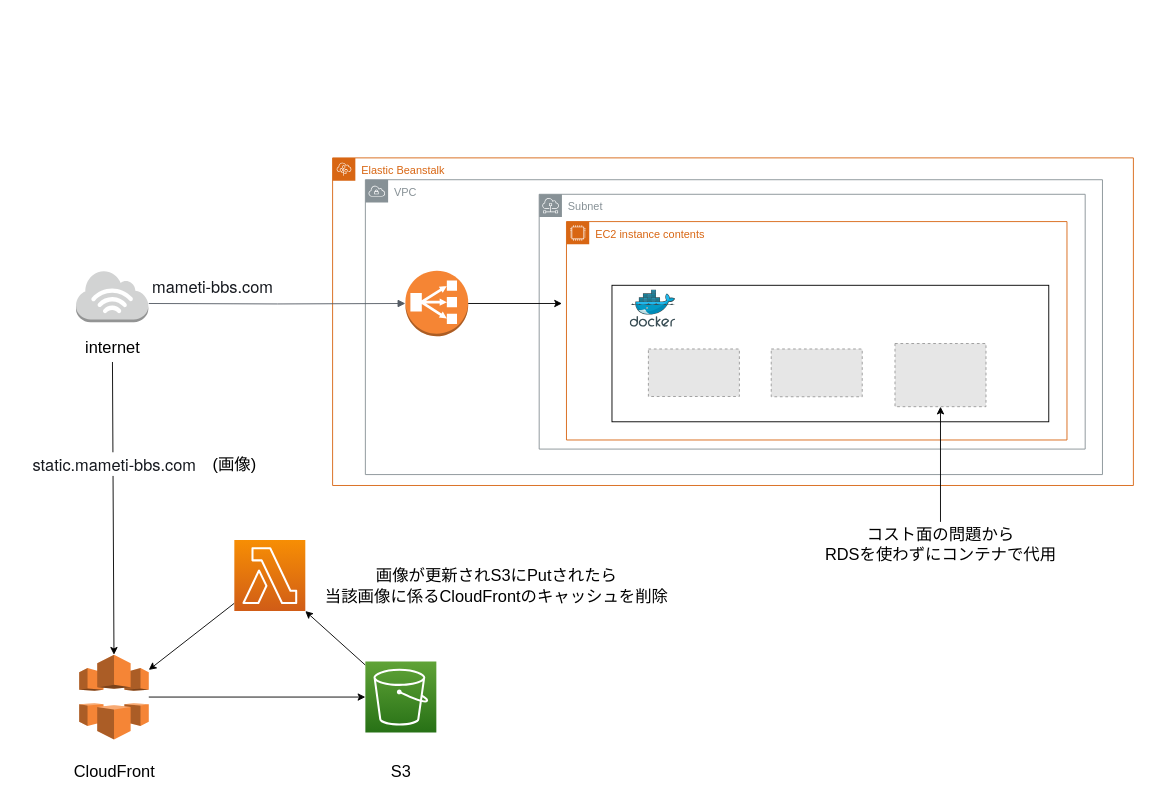
Earlier version of the draw.io diagram mametiBBS_infra.dio (TetsuyaAzami/mameti_bbs). Source tidied: cells renumbered, new cells numbered last; positions are measured from the earlier drawing's top-left corner, leaving out a move shared by most shapes. Both pictures are drawn from the tidied source at 91%, with x=0, y=0 at pixel (15, 157). Pictures stored in the file or linked from it are replaced by grey dashed boxes.
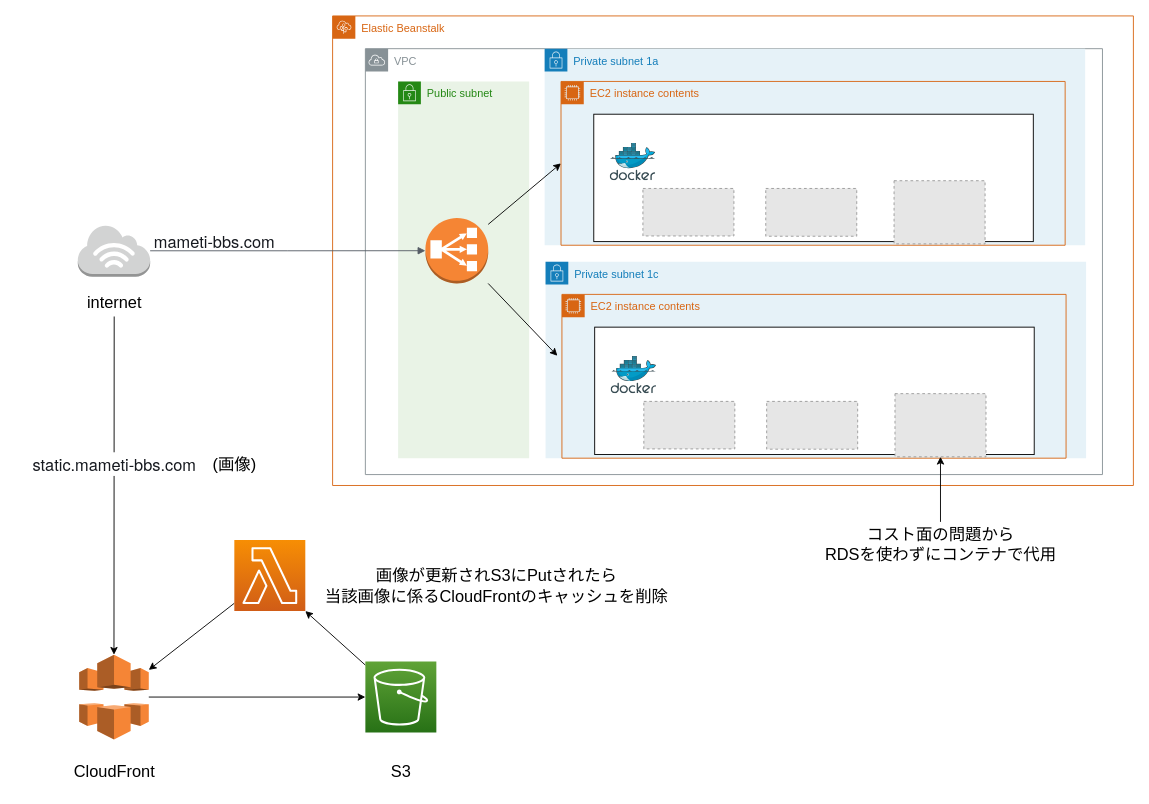
After the change.

Commit message (it also covers changes not shown here):
デバッグ用にインスタンスをパブリックサブネットに配置換え

The change refers to these unchanged cells:
```xml
<mxCell id="8" style="outlineConnect=0;dashed=0;verticalLabelPosition=bottom;verticalAlign=top;align=center;html=1;shape=mxgraph.aws3.internet_3;fillColor=#D2D3D3;gradientColor=none;" parent="7" vertex="1">
  <mxGeometry x="-10" y="9.5" width="79.5" height="57.1" as="geometry" />
</mxCell>
```

The edit, as a diff of the source:
```diff
@@
     <mxCell id="2" value="VPC" style="sketch=0;gradientColor=none;html=1;whiteSpace=wrap;fontSize=12;fontStyle=0;shape=mxgraph.aws4.group;grIcon=mxgraph.aws4.group_vpc;strokeColor=#879196;fillColor=none;verticalAlign=top;align=left;spacingLeft=30;fontColor=#879196;dashed=0;" parent="1" vertex="1">
-      <mxGeometry x="384" y="24" width="810" height="324" as="geometry" />
+      <mxGeometry x="384" y="-120" width="810" height="468" as="geometry" />
     </mxCell>
-    <mxCell id="3" value="Subnet" style="sketch=0;gradientColor=none;html=1;whiteSpace=wrap;fontSize=12;fontStyle=0;shape=mxgraph.aws4.group;grIcon=mxgraph.aws4.group_subnet;strokeColor=#879196;fillColor=none;verticalAlign=top;align=left;spacingLeft=30;fontColor=#879196;dashed=0;" parent="1" vertex="1">
-      <mxGeometry x="575" y="40" width="600" height="280" as="geometry" />
-    </mxCell>
+    <mxCell id="33" value="Public subnet" style="gradientColor=none;html=1;whiteSpace=wrap;fontSize=12;fontStyle=0;shape=mxgraph.aws4.group;grIcon=mxgraph.aws4.group_security_group;grStroke=0;strokeColor=#248814;fillColor=#E9F3E6;verticalAlign=top;align=left;spacingLeft=30;fontColor=#248814;dashed=0;" parent="1" vertex="1">
+      <mxGeometry x="420" y="-84" width="144" height="414" as="geometry" />
+    </mxCell>
+    <mxCell id="34" value="Private subnet 1c&lt;br&gt;" style="gradientColor=none;html=1;whiteSpace=wrap;fontSize=12;fontStyle=0;shape=mxgraph.aws4.group;grIcon=mxgraph.aws4.group_security_group;grStroke=0;strokeColor=#147EBA;fillColor=#E6F2F8;verticalAlign=top;align=left;spacingLeft=30;fontColor=#147EBA;dashed=0;" parent="1" vertex="1">
+      <mxGeometry x="582" y="114" width="594" height="216" as="geometry" />
+    </mxCell>
     <mxCell id="4" style="rounded=0;whiteSpace=wrap;html=1;fontSize=18;" parent="1" vertex="1">
-      <mxGeometry x="655" y="140" width="480" height="150" as="geometry" />
+      <mxGeometry x="636" y="186" width="483" height="140" as="geometry" />
     </mxCell>
     <mxCell id="5" value="Elastic Beanstalk&amp;nbsp;" style="gradientColor=none;html=1;whiteSpace=wrap;fontSize=12;fontStyle=0;shape=mxgraph.aws4.group;grIcon=mxgraph.aws4.group_elastic_beanstalk;strokeColor=#D86613;fillColor=none;verticalAlign=top;align=left;spacingLeft=30;fontColor=#D86613;dashed=0;" parent="1" vertex="1">
-      <mxGeometry x="348" width="880" height="360" as="geometry" />
+      <mxGeometry x="348" y="-156" width="880" height="516" as="geometry" />
     </mxCell>
+    <mxCell id="35" value="Private subnet 1a" style="gradientColor=none;html=1;whiteSpace=wrap;fontSize=12;fontStyle=0;shape=mxgraph.aws4.group;grIcon=mxgraph.aws4.group_security_group;grStroke=0;strokeColor=#147EBA;fillColor=#E6F2F8;verticalAlign=top;align=left;spacingLeft=30;fontColor=#147EBA;dashed=0;" parent="5" vertex="1">
+      <mxGeometry x="233" y="36" width="594" height="216" as="geometry" />
+    </mxCell>
+    <mxCell id="36" style="edgeStyle=none;html=1;entryX=0;entryY=0.5;entryDx=0;entryDy=0;" parent="5" edge="1" source="6" target="39">
+      <mxGeometry relative="1" as="geometry" />
+    </mxCell>
     <mxCell id="6" style="outlineConnect=0;dashed=0;verticalLabelPosition=bottom;verticalAlign=top;align=center;html=1;shape=mxgraph.aws3.classic_load_balancer;fillColor=#F58534;gradientColor=none;fontSize=18;" parent="5" vertex="1">
-      <mxGeometry x="80" y="124" width="69" height="72" as="geometry" />
+      <mxGeometry x="102" y="222" width="69" height="72" as="geometry" />
     </mxCell>
+    <mxCell id="12" value="EC2 instance contents" style="points=[[0,0],[0.25,0],[0.5,0],[0.75,0],[1,0],[1,0.25],[1,0.5],[1,0.75],[1,1],[0.75,1],[0.5,1],[0.25,1],[0,1],[0,0.75],[0,0.5],[0,0.25]];outlineConnect=0;gradientColor=none;html=1;whiteSpace=wrap;fontSize=12;fontStyle=0;shape=mxgraph.aws4.group;grIcon=mxgraph.aws4.group_ec2_instance_contents;strokeColor=#D86613;fillColor=none;verticalAlign=top;align=left;spacingLeft=30;fontColor=#D86613;dashed=0;" parent="5" vertex="1">
+      <mxGeometry x="252" y="306" width="554" height="180" as="geometry" />
+    </mxCell>
+    <mxCell id="16" style="sketch=0;html=1;align=center;image;fontSize=12;image=img/lib/mscae/Docker.svg;" parent="12" vertex="1">
+      <mxGeometry x="54" y="68.1" width="50" height="41" as="geometry" />
+    </mxCell>
+    <mxCell id="37" style="group;" parent="12" vertex="1">
+      <mxGeometry x="90" y="109.1" width="376" height="69.4" as="geometry" />
+    </mxCell>
+    <mxCell id="13" style="group;" parent="37" vertex="1">
+      <mxGeometry y="8.5" width="235" height="52.5" as="geometry" />
+    </mxCell>
+    <mxCell id="14" style="fillColor=#E6E6E6;strokeColor=#999999;dashed=1;verticalLabelPosition=bottom;labelBackgroundColor=#ffffff;verticalAlign=top;" parent="13" vertex="1">
+      <mxGeometry width="100" height="52.2" as="geometry" />
+    </mxCell>
+    <mxCell id="15" style="fillColor=#E6E6E6;strokeColor=#999999;dashed=1;verticalLabelPosition=bottom;labelBackgroundColor=#ffffff;verticalAlign=top;" parent="13" vertex="1">
+      <mxGeometry x="135" width="100" height="52.5" as="geometry" />
+    </mxCell>
+    <mxCell id="17" style="fillColor=#E6E6E6;strokeColor=#999999;dashed=1;verticalLabelPosition=bottom;labelBackgroundColor=#ffffff;verticalAlign=top;" parent="37" vertex="1">
+      <mxGeometry x="276" width="100" height="69.4" as="geometry" />
+    </mxCell>
+    <mxCell id="30" style="edgeStyle=none;html=1;fontSize=18;entryX=-0.009;entryY=0.375;entryDx=0;entryDy=0;entryPerimeter=0;" parent="5" edge="1" source="6" target="12">
+      <mxGeometry relative="1" as="geometry" />
+    </mxCell>
+    <mxCell id="38" style="rounded=0;whiteSpace=wrap;html=1;fontSize=18;" parent="5" vertex="1">
+      <mxGeometry x="287" y="108" width="483" height="140" as="geometry" />
+    </mxCell>
+    <mxCell id="39" value="EC2 instance contents" style="points=[[0,0],[0.25,0],[0.5,0],[0.75,0],[1,0],[1,0.25],[1,0.5],[1,0.75],[1,1],[0.75,1],[0.5,1],[0.25,1],[0,1],[0,0.75],[0,0.5],[0,0.25]];outlineConnect=0;gradientColor=none;html=1;whiteSpace=wrap;fontSize=12;fontStyle=0;shape=mxgraph.aws4.group;grIcon=mxgraph.aws4.group_ec2_instance_contents;strokeColor=#D86613;fillColor=none;verticalAlign=top;align=left;spacingLeft=30;fontColor=#D86613;dashed=0;" parent="5" vertex="1">
+      <mxGeometry x="251" y="72" width="554" height="180" as="geometry" />
+    </mxCell>
+    <mxCell id="40" style="sketch=0;html=1;align=center;image;fontSize=12;image=img/lib/mscae/Docker.svg;" parent="39" vertex="1">
+      <mxGeometry x="54" y="68.1" width="50" height="41" as="geometry" />
+    </mxCell>
+    <mxCell id="41" style="group;" parent="39" vertex="1">
+      <mxGeometry x="90" y="109.1" width="376" height="69.4" as="geometry" />
+    </mxCell>
+    <mxCell id="42" style="group;" parent="41" vertex="1">
+      <mxGeometry y="8.5" width="235" height="52.5" as="geometry" />
+    </mxCell>
+    <mxCell id="43" style="fillColor=#E6E6E6;strokeColor=#999999;dashed=1;verticalLabelPosition=bottom;labelBackgroundColor=#ffffff;verticalAlign=top;" parent="42" vertex="1">
+      <mxGeometry width="100" height="52.2" as="geometry" />
+    </mxCell>
+    <mxCell id="44" style="fillColor=#E6E6E6;strokeColor=#999999;dashed=1;verticalLabelPosition=bottom;labelBackgroundColor=#ffffff;verticalAlign=top;" parent="42" vertex="1">
+      <mxGeometry x="135" width="100" height="52.5" as="geometry" />
+    </mxCell>
+    <mxCell id="45" style="fillColor=#E6E6E6;strokeColor=#999999;dashed=1;verticalLabelPosition=bottom;labelBackgroundColor=#ffffff;verticalAlign=top;" parent="41" vertex="1">
+      <mxGeometry x="276" width="100" height="69.4" as="geometry" />
+    </mxCell>
     <mxCell id="7" style="group;" parent="1" vertex="1">
-      <mxGeometry x="76" y="114" width="280.2" height="112" as="geometry" />
+      <mxGeometry x="78" y="64" width="280.2" height="112" as="geometry" />
     </mxCell>
@@
-    <mxCell id="11" style="edgeStyle=orthogonalEdgeStyle;html=1;endArrow=block;elbow=vertical;startArrow=none;endFill=1;strokeColor=#545B64;rounded=0;fontSize=18;" parent="1" edge="1" target="6">
-      <mxGeometry relative="1" as="geometry">
-        <mxPoint x="146" y="160" as="sourcePoint" />
-      </mxGeometry>
+    <mxCell id="11" style="edgeStyle=orthogonalEdgeStyle;html=1;endArrow=block;elbow=vertical;startArrow=none;endFill=1;strokeColor=#545B64;rounded=0;fontSize=18;" parent="1" edge="1" source="8" target="6">
+      <mxGeometry relative="1" as="geometry" />
     </mxCell>
-    <mxCell id="12" value="EC2 instance contents" style="points=[[0,0],[0.25,0],[0.5,0],[0.75,0],[1,0],[1,0.25],[1,0.5],[1,0.75],[1,1],[0.75,1],[0.5,1],[0.25,1],[0,1],[0,0.75],[0,0.5],[0,0.25]];outlineConnect=0;gradientColor=none;html=1;whiteSpace=wrap;fontSize=12;fontStyle=0;shape=mxgraph.aws4.group;grIcon=mxgraph.aws4.group_ec2_instance_contents;strokeColor=#D86613;fillColor=none;verticalAlign=top;align=left;spacingLeft=30;fontColor=#D86613;dashed=0;" parent="1" vertex="1">
-      <mxGeometry x="605" y="70" width="550" height="240" as="geometry" />
-    </mxCell>
-    <mxCell id="13" style="group;" parent="12" vertex="1">
-      <mxGeometry x="90" y="140" width="235" height="52.5" as="geometry" />
-    </mxCell>
-    <mxCell id="14" style="fillColor=#E6E6E6;strokeColor=#999999;dashed=1;verticalLabelPosition=bottom;labelBackgroundColor=#ffffff;verticalAlign=top;" parent="13" vertex="1">
-      <mxGeometry width="100" height="52.2" as="geometry" />
-    </mxCell>
-    <mxCell id="15" style="fillColor=#E6E6E6;strokeColor=#999999;dashed=1;verticalLabelPosition=bottom;labelBackgroundColor=#ffffff;verticalAlign=top;" parent="13" vertex="1">
-      <mxGeometry x="135" width="100" height="52.5" as="geometry" />
-    </mxCell>
-    <mxCell id="16" style="sketch=0;html=1;align=center;image;fontSize=12;image=img/lib/mscae/Docker.svg;" parent="12" vertex="1">
-      <mxGeometry x="70" y="75" width="50" height="41" as="geometry" />
-    </mxCell>
-    <mxCell id="17" style="fillColor=#E6E6E6;strokeColor=#999999;dashed=1;verticalLabelPosition=bottom;labelBackgroundColor=#ffffff;verticalAlign=top;" parent="1" vertex="1">
-      <mxGeometry x="966" y="204" width="100" height="69.4" as="geometry" />
-    </mxCell>
@@
-    <mxCell id="30" style="edgeStyle=none;html=1;fontSize=18;entryX=-0.009;entryY=0.375;entryDx=0;entryDy=0;entryPerimeter=0;" parent="1" edge="1" source="6" target="12">
-      <mxGeometry relative="1" as="geometry" />
-    </mxCell>
```
